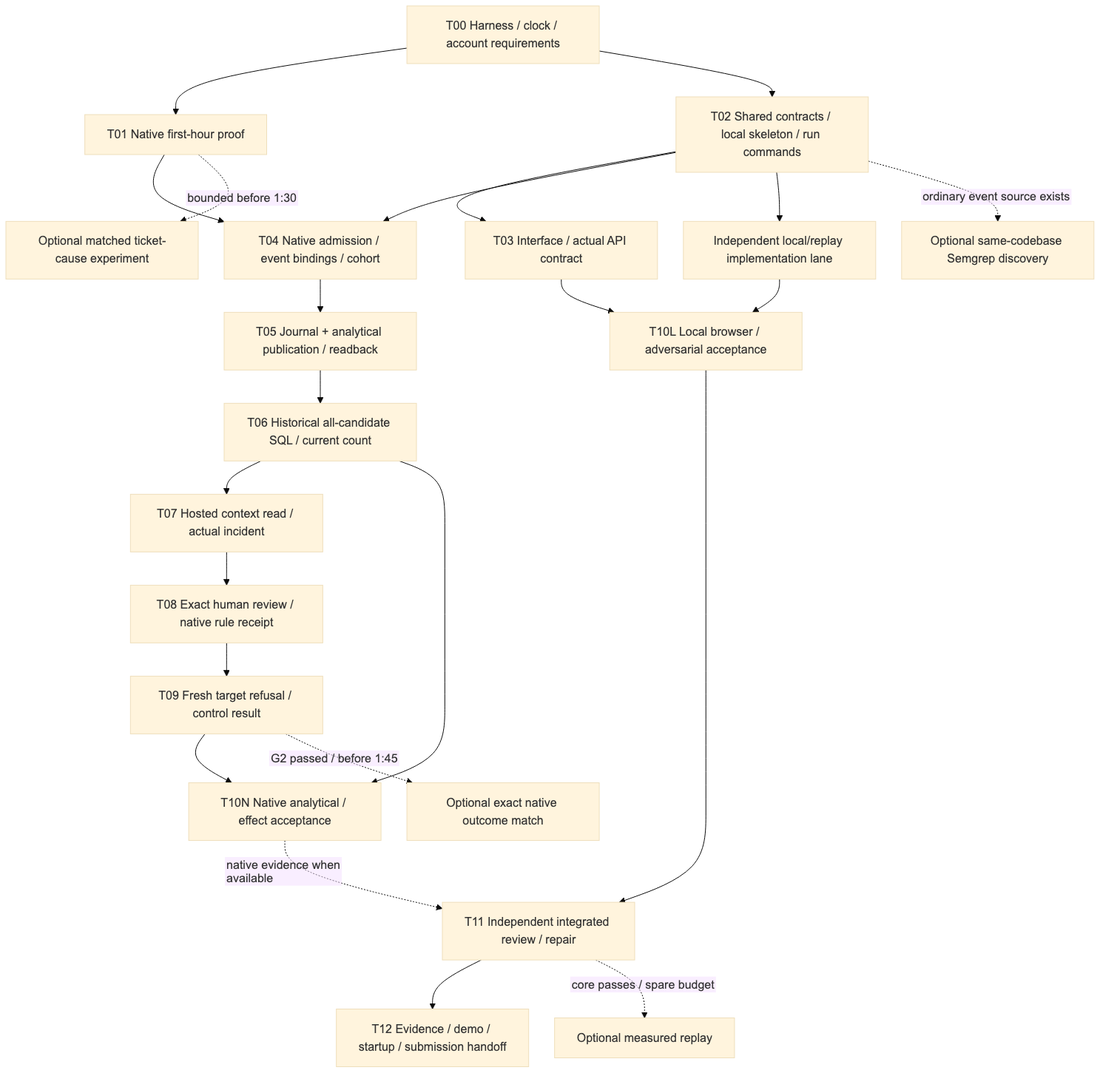
The Mermaid diagram docs/prompts/BUILD_DAG.png in nihalnihalani/ScopeWatch, before a commit. Its source is kept beside it as docs/prompts/BUILD_DAG.mmd. Its diagram source:
```mermaid
flowchart TD
  H[T00 Harness / clock / account requirements] --> N[T01 Native first-hour proof]
  H --> C[T02 Shared contracts / local skeleton / run commands]
  C --> U[T03 Interface / actual API contract]
  N --> J[T04 Native admission / event bindings / cohort]
  C --> J
  J --> P[T05 Journal + analytical publication / readback]
  P --> Q[T06 Historical all-candidate SQL / current count]
  Q --> I[T07 Hosted context read / actual incident]
  I --> A[T08 Exact human review / native rule receipt]
  A --> V[T09 Fresh target refusal / control result]
  U --> EL[T10L Local browser / adversarial acceptance]
  Q --> EN[T10N Native analytical / effect acceptance]
  V --> EN
  EL --> R[T11 Independent integrated review / repair]
  EN -. native evidence when available .-> R
  R --> S[T12 Evidence / demo / startup / submission handoff]
  C --> L[Independent local/replay implementation lane]
  L --> EL
  N -. bounded before 1:30 .-> OC[Optional matched ticket-cause experiment]
  C -. ordinary event source exists .-> OS[Optional same-codebase Semgrep discovery]
  V -. G2 passed / before 1:45 .-> OO[Optional exact native outcome match]
  R -. core passes / spare budget .-> OM[Optional measured replay]
```
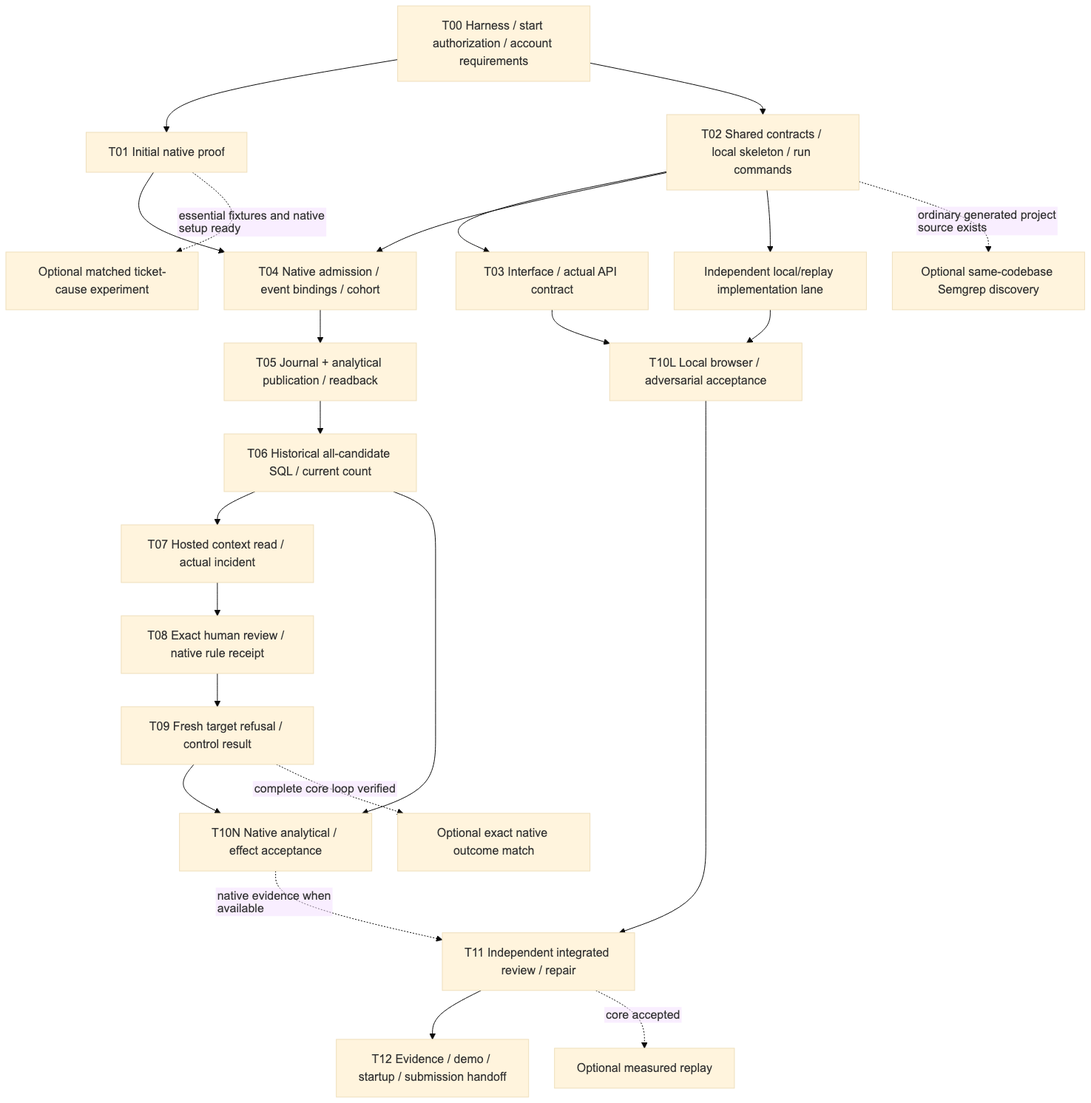
After the change.

The edit, as a diff of the source:
```diff
@@ -1,5 +1,5 @@
 flowchart TD
-  H[T00 Harness / clock / account requirements] --> N[T01 Native first-hour proof]
+  H[T00 Harness / start authorization / account requirements] --> N[T01 Initial native proof]
   H --> C[T02 Shared contracts / local skeleton / run commands]
   C --> U[T03 Interface / actual API contract]
   N --> J[T04 Native admission / event bindings / cohort]
@@ -17,7 +17,7 @@
   R --> S[T12 Evidence / demo / startup / submission handoff]
   C --> L[Independent local/replay implementation lane]
   L --> EL
-  N -. bounded before 1:30 .-> OC[Optional matched ticket-cause experiment]
-  C -. ordinary event source exists .-> OS[Optional same-codebase Semgrep discovery]
-  V -. G2 passed / before 1:45 .-> OO[Optional exact native outcome match]
-  R -. core passes / spare budget .-> OM[Optional measured replay]
+  N -. essential fixtures and native setup ready .-> OC[Optional matched ticket-cause experiment]
+  C -. ordinary generated project source exists .-> OS[Optional same-codebase Semgrep discovery]
+  V -. complete core loop verified .-> OO[Optional exact native outcome match]
+  R -. core accepted .-> OM[Optional measured replay]
```
